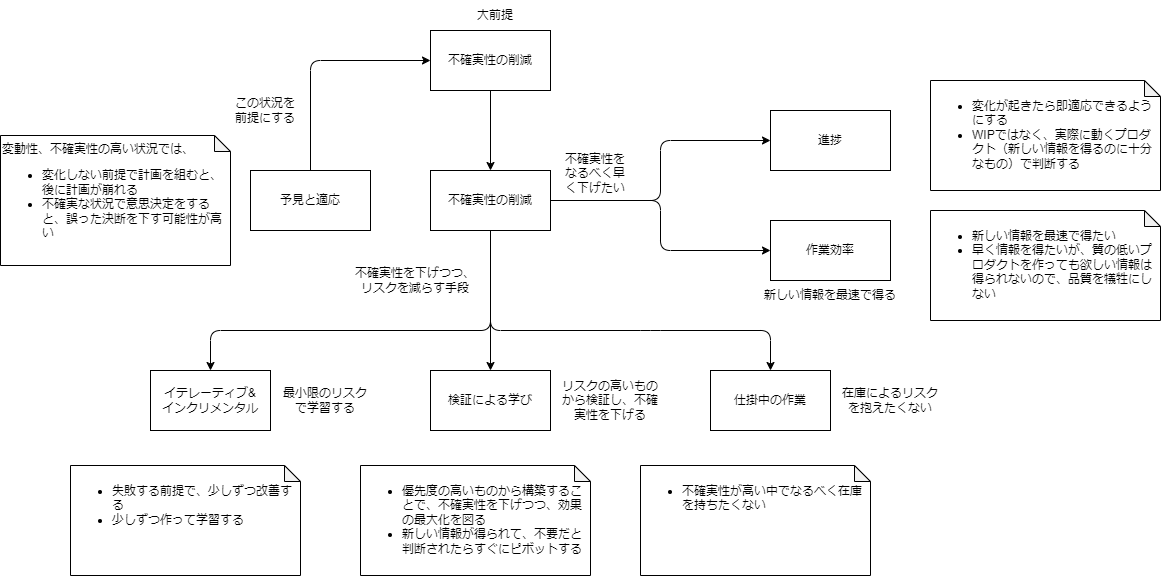
Above: エッセンシャルスクラム/images/ch3-scrum-principles.drawio.png in code-application/reading-notebook (draw.io), before the change. Source tidied: cells renumbered, new cells last; positions are measured from the earlier drawing's top-left corner, leaving out a move shared by most shapes. Source of this version:
```xml
<mxGraphModel background="#ffffff">
  <root>
    <mxCell id="0" />
    <mxCell id="1" parent="0" />
    <mxCell id="2" style="edgeStyle=none;html=1;exitX=1;exitY=0.5;exitDx=0;exitDy=0;entryX=0;entryY=0.5;entryDx=0;entryDy=0;" parent="1" edge="1" source="4" target="10">
      <mxGeometry relative="1" as="geometry">
        <Array as="points">
          <mxPoint x="660" y="200" />
          <mxPoint x="660" y="250" />
        </Array>
      </mxGeometry>
    </mxCell>
    <mxCell id="3" style="edgeStyle=none;html=1;exitX=1;exitY=0.5;exitDx=0;exitDy=0;entryX=0;entryY=0.5;entryDx=0;entryDy=0;" parent="1" edge="1" source="4" target="11">
      <mxGeometry relative="1" as="geometry">
        <Array as="points">
          <mxPoint x="660" y="200" />
          <mxPoint x="660" y="140" />
        </Array>
      </mxGeometry>
    </mxCell>
    <mxCell id="4" value="不確実性の削減" style="rounded=0;whiteSpace=wrap;html=1;" parent="1" vertex="1">
      <mxGeometry x="430" y="170" width="120" height="60" as="geometry" />
    </mxCell>
    <mxCell id="5" value="イテレーティブ&amp;amp;&lt;br&gt;インクリメンタル" style="rounded=0;whiteSpace=wrap;html=1;" parent="1" vertex="1">
      <mxGeometry x="150" y="370" width="120" height="60" as="geometry" />
    </mxCell>
    <mxCell id="6" value="予見と適応" style="rounded=0;whiteSpace=wrap;html=1;" parent="1" vertex="1">
      <mxGeometry x="250" y="170" width="120" height="60" as="geometry" />
    </mxCell>
    <mxCell id="7" value="検証による学び" style="rounded=0;whiteSpace=wrap;html=1;" parent="1" vertex="1">
      <mxGeometry x="430" y="370" width="120" height="60" as="geometry" />
    </mxCell>
    <mxCell id="8" value="仕掛中の作業" style="rounded=0;whiteSpace=wrap;html=1;" parent="1" vertex="1">
      <mxGeometry x="710" y="370" width="120" height="60" as="geometry" />
    </mxCell>
    <mxCell id="9" value="不確実性の削減" style="rounded=0;whiteSpace=wrap;html=1;" parent="1" vertex="1">
      <mxGeometry x="430" y="30" width="120" height="60" as="geometry" />
    </mxCell>
    <mxCell id="10" value="作業効率" style="rounded=0;whiteSpace=wrap;html=1;" parent="1" vertex="1">
      <mxGeometry x="770" y="220" width="120" height="60" as="geometry" />
    </mxCell>
    <mxCell id="11" value="進捗" style="rounded=0;whiteSpace=wrap;html=1;" parent="1" vertex="1">
      <mxGeometry x="770" y="110" width="120" height="60" as="geometry" />
    </mxCell>
    <mxCell id="12" value="大前提" style="text;html=1;strokeColor=none;fillColor=none;align=center;verticalAlign=middle;whiteSpace=wrap;rounded=0;" parent="1" vertex="1">
      <mxGeometry x="465" width="60" height="30" as="geometry" />
    </mxCell>
    <mxCell id="13" value="変動性、不確実性の高い状況では、&lt;br&gt;&lt;ul&gt;&lt;li&gt;変化しない前提で計画を組むと、後に計画が崩れる&lt;/li&gt;&lt;li&gt;不確実な状況で意思決定をすると、誤った決断を下す可能性が高い&lt;/li&gt;&lt;/ul&gt;" style="shape=note;whiteSpace=wrap;html=1;backgroundOutline=1;darkOpacity=0.05;size=16;align=left;verticalAlign=top;" parent="1" vertex="1">
      <mxGeometry y="135" width="230" height="130" as="geometry" />
    </mxCell>
    <mxCell id="14" style="endArrow=classic;html=1;exitX=0.5;exitY=0;exitDx=0;exitDy=0;entryX=0;entryY=0.5;entryDx=0;entryDy=0;" parent="1" edge="1" source="6" target="9">
      <mxGeometry relative="1" as="geometry">
        <Array as="points">
          <mxPoint x="310" y="60" />
        </Array>
      </mxGeometry>
    </mxCell>
    <mxCell id="15" value="この状況を前提にする" style="text;html=1;strokeColor=none;fillColor=none;align=center;verticalAlign=middle;whiteSpace=wrap;rounded=0;" parent="1" vertex="1">
      <mxGeometry x="230" y="95" width="70" height="30" as="geometry" />
    </mxCell>
    <mxCell id="16" style="endArrow=classic;html=1;entryX=0.5;entryY=0;entryDx=0;entryDy=0;" parent="1" edge="1" target="8">
      <mxGeometry relative="1" as="geometry">
        <mxPoint x="490" y="230" as="sourcePoint" />
        <Array as="points">
          <mxPoint x="490" y="330" />
          <mxPoint x="650" y="330" />
          <mxPoint x="770" y="330" />
        </Array>
      </mxGeometry>
    </mxCell>
    <mxCell id="17" style="endArrow=classic;html=1;exitX=0.5;exitY=1;exitDx=0;exitDy=0;entryX=0.5;entryY=0;entryDx=0;entryDy=0;" parent="1" edge="1" source="4" target="5">
      <mxGeometry relative="1" as="geometry">
        <Array as="points">
          <mxPoint x="490" y="330" />
          <mxPoint x="210" y="330" />
        </Array>
      </mxGeometry>
    </mxCell>
    <mxCell id="18" style="endArrow=classic;html=1;exitX=0.5;exitY=1;exitDx=0;exitDy=0;entryX=0.5;entryY=0;entryDx=0;entryDy=0;" parent="1" edge="1" source="4" target="7">
      <mxGeometry relative="1" as="geometry" />
    </mxCell>
    <mxCell id="19" value="不確実性をなるべく早く下げたい" style="text;html=1;strokeColor=none;fillColor=none;align=center;verticalAlign=middle;whiteSpace=wrap;rounded=0;" parent="1" vertex="1">
      <mxGeometry x="560" y="150" width="70" height="45" as="geometry" />
    </mxCell>
    <mxCell id="20" value="&lt;ul&gt;&lt;li&gt;優先度の高いものから構築することで、不確実性を下げつつ、効果の最大化を図る&lt;/li&gt;&lt;li&gt;新しい情報が得られて、不要だと判断されたらすぐにピボットする&lt;/li&gt;&lt;/ul&gt;" style="shape=note;whiteSpace=wrap;html=1;backgroundOutline=1;darkOpacity=0.05;size=16;align=left;verticalAlign=top;" parent="1" vertex="1">
      <mxGeometry x="360" y="465" width="230" height="110" as="geometry" />
    </mxCell>
    <mxCell id="21" value="&lt;ul&gt;&lt;li&gt;失敗する前提で、少しずつ改善する&lt;/li&gt;&lt;li&gt;少しずつ作って学習する&lt;/li&gt;&lt;/ul&gt;" style="shape=note;whiteSpace=wrap;html=1;backgroundOutline=1;darkOpacity=0.05;size=16;align=left;verticalAlign=top;" parent="1" vertex="1">
      <mxGeometry x="70" y="465" width="230" height="110" as="geometry" />
    </mxCell>
    <mxCell id="22" value="&lt;ul&gt;&lt;li&gt;不確実性が高い中でなるべく在庫を持ちたくない&lt;/li&gt;&lt;/ul&gt;" style="shape=note;whiteSpace=wrap;html=1;backgroundOutline=1;darkOpacity=0.05;size=16;align=left;verticalAlign=top;" parent="1" vertex="1">
      <mxGeometry x="640" y="465" width="230" height="110" as="geometry" />
    </mxCell>
    <mxCell id="23" style="endArrow=classic;html=1;exitX=0.5;exitY=1;exitDx=0;exitDy=0;entryX=0.5;entryY=0;entryDx=0;entryDy=0;" parent="1" edge="1" source="9" target="4">
      <mxGeometry relative="1" as="geometry" />
    </mxCell>
    <mxCell id="24" value="不確実性を下げつつ、リスクを減らす手段" style="text;html=1;strokeColor=none;fillColor=none;align=center;verticalAlign=middle;whiteSpace=wrap;rounded=0;" parent="1" vertex="1">
      <mxGeometry x="350" y="265" width="130" height="30" as="geometry" />
    </mxCell>
    <mxCell id="25" value="最小限のリスクで学習する" style="text;html=1;strokeColor=none;fillColor=none;align=center;verticalAlign=middle;whiteSpace=wrap;rounded=0;" parent="1" vertex="1">
      <mxGeometry x="280" y="385" width="90" height="30" as="geometry" />
    </mxCell>
    <mxCell id="26" value="リスクの高いものから検証し、不確実性を下げる" style="text;html=1;strokeColor=none;fillColor=none;align=center;verticalAlign=middle;whiteSpace=wrap;rounded=0;" parent="1" vertex="1">
      <mxGeometry x="560" y="377.5" width="100" height="45" as="geometry" />
    </mxCell>
    <mxCell id="27" value="在庫によるリスクを抱えたくない" style="text;html=1;strokeColor=none;fillColor=none;align=center;verticalAlign=middle;whiteSpace=wrap;rounded=0;" parent="1" vertex="1">
      <mxGeometry x="840" y="377.5" width="100" height="45" as="geometry" />
    </mxCell>
    <mxCell id="28" value="新しい情報を最速で得る" style="text;html=1;strokeColor=none;fillColor=none;align=center;verticalAlign=middle;whiteSpace=wrap;rounded=0;" parent="1" vertex="1">
      <mxGeometry x="755" y="280" width="150" height="30" as="geometry" />
    </mxCell>
    <mxCell id="29" value="&lt;ul&gt;&lt;li&gt;変化が起きたら即適応できるようにする&lt;/li&gt;&lt;li&gt;WIPではなく、実際に動くプロダクト（新しい情報を得るのに十分なもの）で判断する&lt;/li&gt;&lt;/ul&gt;" style="shape=note;whiteSpace=wrap;html=1;backgroundOutline=1;darkOpacity=0.05;size=16;align=left;verticalAlign=top;" parent="1" vertex="1">
      <mxGeometry x="930" y="80" width="230" height="110" as="geometry" />
    </mxCell>
    <mxCell id="30" value="&lt;ul&gt;&lt;li&gt;新しい情報を最速で得たい&lt;/li&gt;&lt;li&gt;早く情報を得たいが、質の低いプロダクトを作っても欲しい情報は得られないので、品質を犠牲にしない&lt;/li&gt;&lt;/ul&gt;" style="shape=note;whiteSpace=wrap;html=1;backgroundOutline=1;darkOpacity=0.05;size=16;align=left;verticalAlign=top;" parent="1" vertex="1">
      <mxGeometry x="930" y="210" width="230" height="110" as="geometry" />
    </mxCell>
  </root>
</mxGraphModel>
```
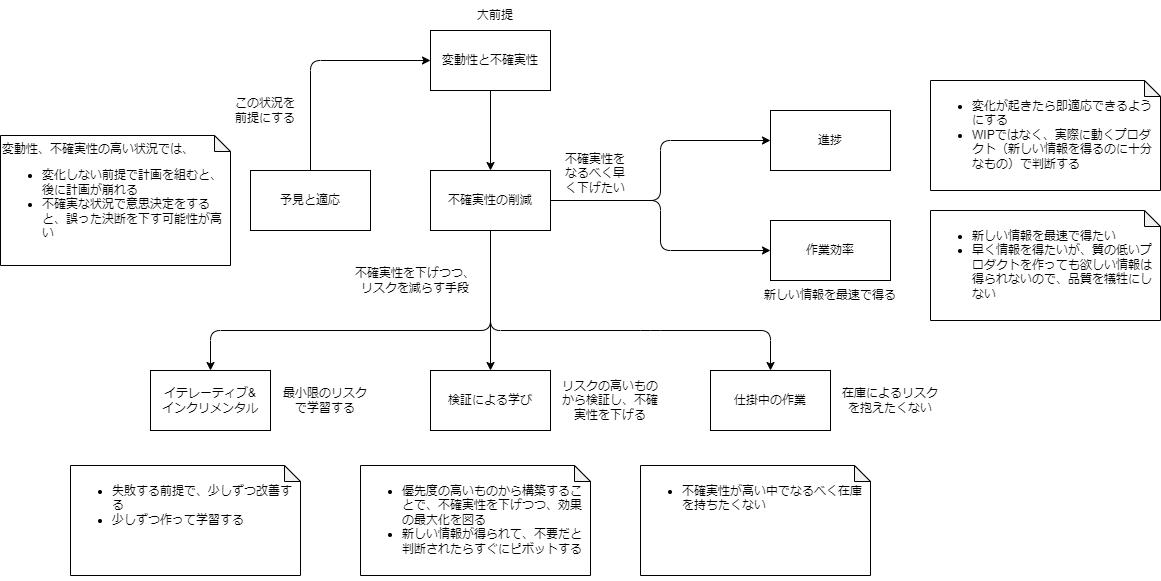
The same diagram one commit later.

Commit message:
fix: 記述不備の修正

The edit, as a diff of the source:
```diff
@@ -33,7 +33,7 @@
     <mxCell id="8" value="仕掛中の作業" style="rounded=0;whiteSpace=wrap;html=1;" parent="1" vertex="1">
       <mxGeometry x="710" y="370" width="120" height="60" as="geometry" />
     </mxCell>
-    <mxCell id="9" value="不確実性の削減" style="rounded=0;whiteSpace=wrap;html=1;" parent="1" vertex="1">
+    <mxCell id="9" value="変動性と不確実性" style="rounded=0;whiteSpace=wrap;html=1;" parent="1" vertex="1">
       <mxGeometry x="430" y="30" width="120" height="60" as="geometry" />
     </mxCell>
     <mxCell id="10" value="作業効率" style="rounded=0;whiteSpace=wrap;html=1;" parent="1" vertex="1">
```
